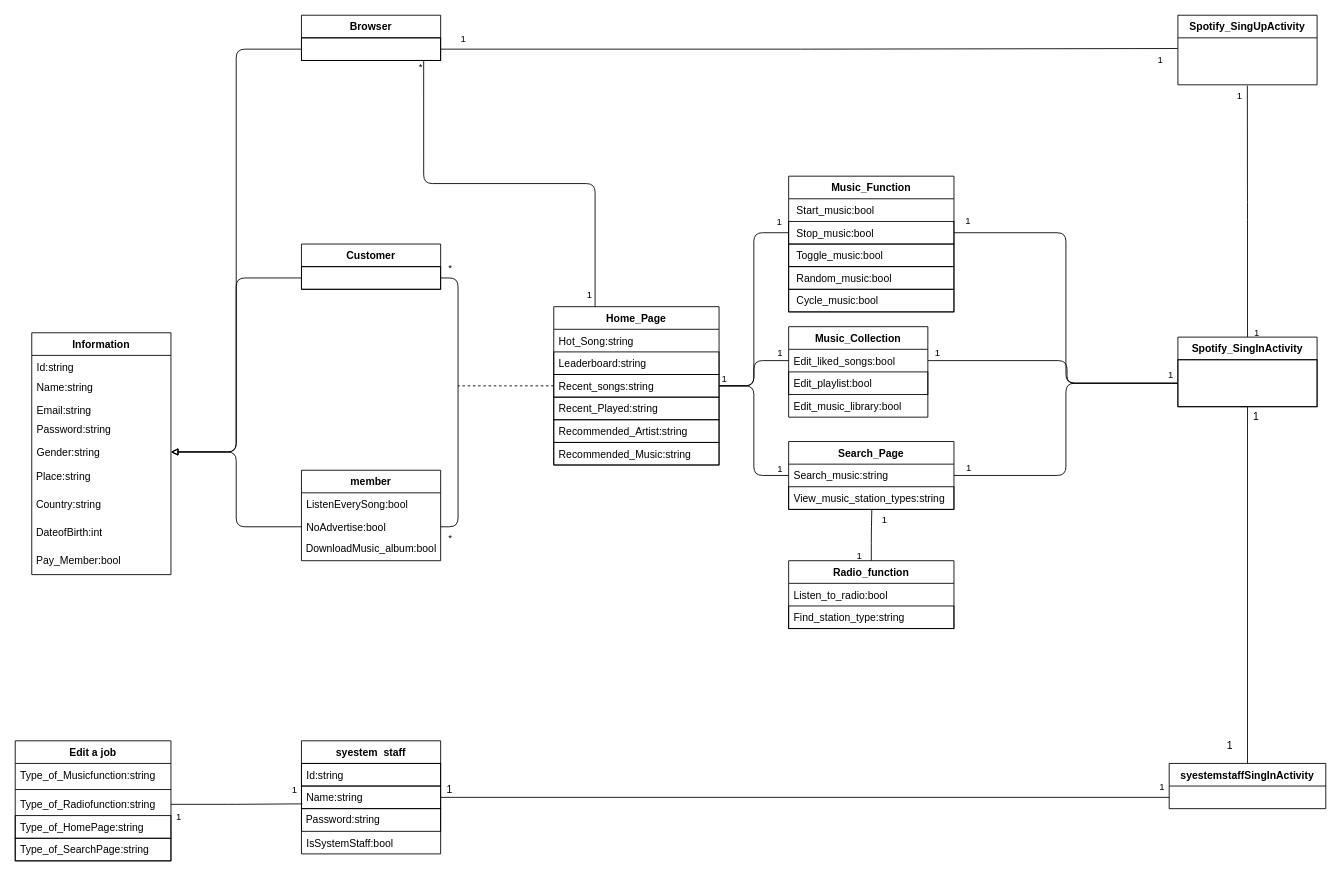
35596035/End-of-period-project keeps this draw.io diagram as page "初步類別圖-合併" (2 of 12) of draw object class.drawio. Above is the earlier version. Source tidied: cells renumbered, new cells numbered last; positions are measured from the earlier drawing's top-left corner, leaving out a move shared by most shapes. Both pictures are drawn from the tidied source at 87%, with x=0, y=0 at pixel (15, 15).
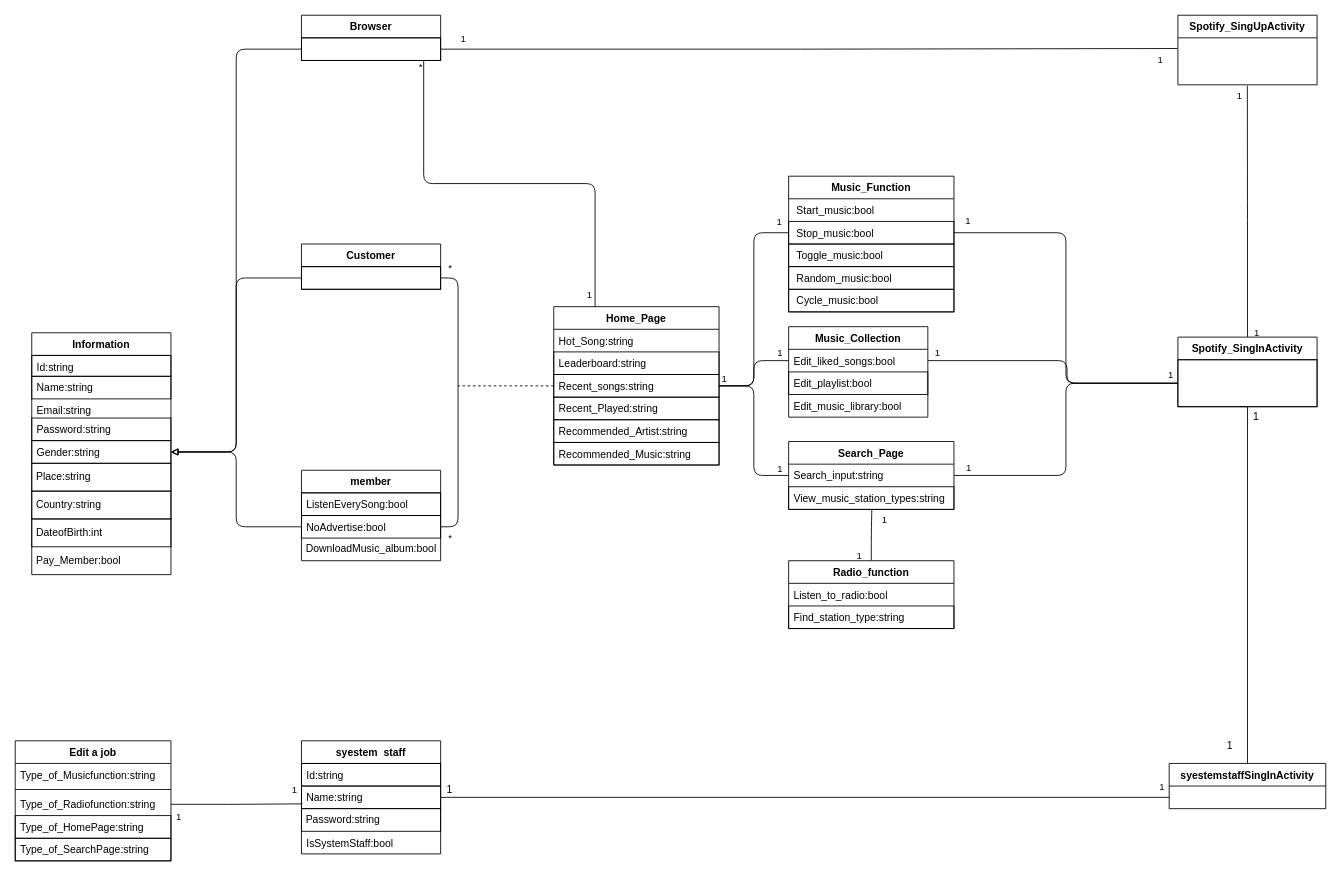
The same page after the edit.

Commit message (it also covers changes not shown here):
revise Sequential diagram and draw object class Add 註冊作業,首頁功能-contract

The change refers to these unchanged cells:
```xml
<mxCell id="8" value="member" style="swimlane;fontStyle=1;align=center;verticalAlign=top;horizontal=1;startSize=26;" parent="1" vertex="1">
  <mxGeometry x="329" y="523" width="160" height="104" as="geometry" />
</mxCell>
<mxCell id="12" value="Information" style="swimlane;fontStyle=1;align=center;verticalAlign=top;horizontal=1;startSize=26;" parent="1" vertex="1">
  <mxGeometry x="19" y="365" width="160" height="278" as="geometry" />
</mxCell>
<mxCell id="61" value="Search_Page" style="swimlane;fontStyle=1;align=center;verticalAlign=top;horizontal=1;startSize=26;strokeColor=default;" parent="1" vertex="1">
  <mxGeometry x="889" y="490" width="190" height="78" as="geometry" />
</mxCell>
```

Diff of the diagram source:
```diff
@@
-    <mxCell id="9" value="ListenEverySong:bool" style="text;strokeColor=none;fillColor=none;align=left;verticalAlign=top;spacingLeft=4;spacingRight=4;overflow=hidden;" parent="8" vertex="1">
+    <mxCell id="9" value="ListenEverySong:bool" style="text;strokeColor=default;fillColor=none;align=left;verticalAlign=top;spacingLeft=4;spacingRight=4;overflow=hidden;" parent="8" vertex="1">
       <mxGeometry y="26" width="160" height="26" as="geometry" />
     </mxCell>
-    <mxCell id="10" value="NoAdvertise:bool" style="text;strokeColor=none;fillColor=none;align=left;verticalAlign=top;spacingLeft=4;spacingRight=4;overflow=hidden;points=[[0,0.5],[1,0.5]];portConstraint=eastwest;" parent="8" vertex="1">
+    <mxCell id="10" value="NoAdvertise:bool" style="text;strokeColor=default;fillColor=none;align=left;verticalAlign=top;spacingLeft=4;spacingRight=4;overflow=hidden;points=[[0,0.5],[1,0.5]];portConstraint=eastwest;" parent="8" vertex="1">
       <mxGeometry y="52" width="160" height="26" as="geometry" />
     </mxCell>
@@
-    <mxCell id="13" value="Id:string" style="text;strokeColor=none;fillColor=none;align=left;verticalAlign=top;spacingLeft=4;spacingRight=4;overflow=hidden;" parent="12" vertex="1">
+    <mxCell id="13" value="Id:string" style="text;strokeColor=default;fillColor=none;align=left;verticalAlign=top;spacingLeft=4;spacingRight=4;overflow=hidden;" parent="12" vertex="1">
       <mxGeometry y="26" width="160" height="24" as="geometry" />
     </mxCell>
-    <mxCell id="14" value="Name:string" style="text;strokeColor=none;fillColor=none;align=left;verticalAlign=top;spacingLeft=4;spacingRight=4;overflow=hidden;" parent="12" vertex="1">
+    <mxCell id="14" value="Name:string" style="text;strokeColor=default;fillColor=none;align=left;verticalAlign=top;spacingLeft=4;spacingRight=4;overflow=hidden;" parent="12" vertex="1">
       <mxGeometry y="50" width="160" height="26" as="geometry" />
     </mxCell>
@@
-    <mxCell id="16" value="Password:string" style="text;strokeColor=none;fillColor=none;align=left;verticalAlign=top;spacingLeft=4;spacingRight=4;overflow=hidden;" parent="12" vertex="1">
+    <mxCell id="16" value="Password:string" style="text;strokeColor=default;fillColor=none;align=left;verticalAlign=top;spacingLeft=4;spacingRight=4;overflow=hidden;" parent="12" vertex="1">
       <mxGeometry y="98" width="160" height="26" as="geometry" />
     </mxCell>
-    <mxCell id="17" value="Gender:string" style="text;strokeColor=none;fillColor=none;align=left;verticalAlign=top;spacingLeft=4;spacingRight=4;overflow=hidden;points=[[0,0.5],[1,0.5]];portConstraint=eastwest;" parent="12" vertex="1">
+    <mxCell id="17" value="Gender:string" style="text;strokeColor=default;fillColor=none;align=left;verticalAlign=top;spacingLeft=4;spacingRight=4;overflow=hidden;points=[[0,0.5],[1,0.5]];portConstraint=eastwest;" parent="12" vertex="1">
       <mxGeometry y="124" width="160" height="26" as="geometry" />
     </mxCell>
-    <mxCell id="18" value="&amp;nbsp;Place:string" style="html=1;align=left;fillColor=none;strokeColor=none;" parent="12" vertex="1">
+    <mxCell id="18" value="&amp;nbsp;Place:string" style="html=1;align=left;fillColor=none;strokeColor=default;" parent="12" vertex="1">
       <mxGeometry y="150" width="160" height="32" as="geometry" />
     </mxCell>
-    <mxCell id="19" value="&amp;nbsp;Country:string" style="html=1;align=left;fillColor=none;strokeColor=none;" parent="12" vertex="1">
+    <mxCell id="19" value="&amp;nbsp;Country:string" style="html=1;align=left;fillColor=none;strokeColor=default;" parent="12" vertex="1">
       <mxGeometry y="182" width="160" height="32" as="geometry" />
     </mxCell>
-    <mxCell id="20" value="&amp;nbsp;DateofBirth:int" style="html=1;align=left;fillColor=none;strokeColor=none;" parent="12" vertex="1">
+    <mxCell id="20" value="&amp;nbsp;DateofBirth:int" style="html=1;align=left;fillColor=none;strokeColor=default;" parent="12" vertex="1">
       <mxGeometry y="214" width="160" height="32" as="geometry" />
     </mxCell>
@@
-    <mxCell id="62" value="Search_music:string" style="text;strokeColor=none;fillColor=none;align=left;verticalAlign=top;spacingLeft=4;spacingRight=4;overflow=hidden;points=[[0,0.5],[1,0.5]];portConstraint=eastwest;" parent="61" vertex="1">
+    <mxCell id="62" value="Search_input:string" style="text;strokeColor=none;fillColor=none;align=left;verticalAlign=top;spacingLeft=4;spacingRight=4;overflow=hidden;points=[[0,0.5],[1,0.5]];portConstraint=eastwest;" parent="61" vertex="1">
       <mxGeometry y="26" width="190" height="26" as="geometry" />
     </mxCell>
```
